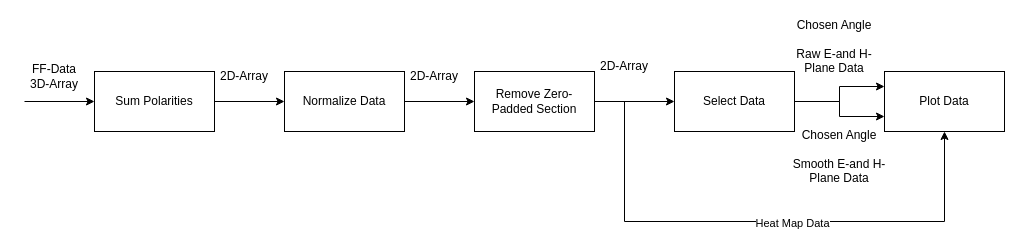
This is Figures/systemDesign/postProcessing/postProcessing.drawio from Mikkelnn/ESD5-Project, a draw.io file, before an edit. Source tidied: cells renumbered, new cells numbered last; positions are measured from the earlier drawing's top-left corner, leaving out a move shared by most shapes. Both pictures are drawn from the tidied source at 100%, with x=0, y=0 at pixel (24, 31).
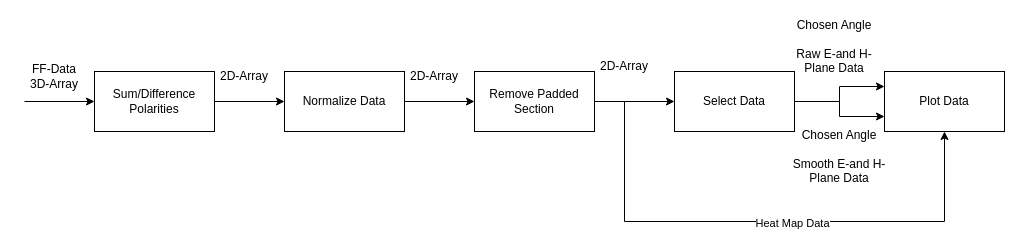
After the change.

Diff of the diagram source:
```diff
@@
-    <mxCell id="9" value="Remove Zero-Padded Section" style="rounded=0;whiteSpace=wrap;html=1;" parent="1" vertex="1">
+    <mxCell id="9" value="Remove &lt;span style=&quot;background-color: initial;&quot;&gt;Padded Section&lt;/span&gt;" style="rounded=0;whiteSpace=wrap;html=1;" parent="1" vertex="1">
       <mxGeometry x="450" y="40" width="120" height="60" as="geometry" />
     </mxCell>
@@
-    <mxCell id="19" value="Sum Polarities" style="rounded=0;whiteSpace=wrap;html=1;" parent="1" vertex="1">
+    <mxCell id="19" value="Sum/Difference Polarities" style="rounded=0;whiteSpace=wrap;html=1;" parent="1" vertex="1">
       <mxGeometry x="70" y="40" width="120" height="60" as="geometry" />
     </mxCell>
```
